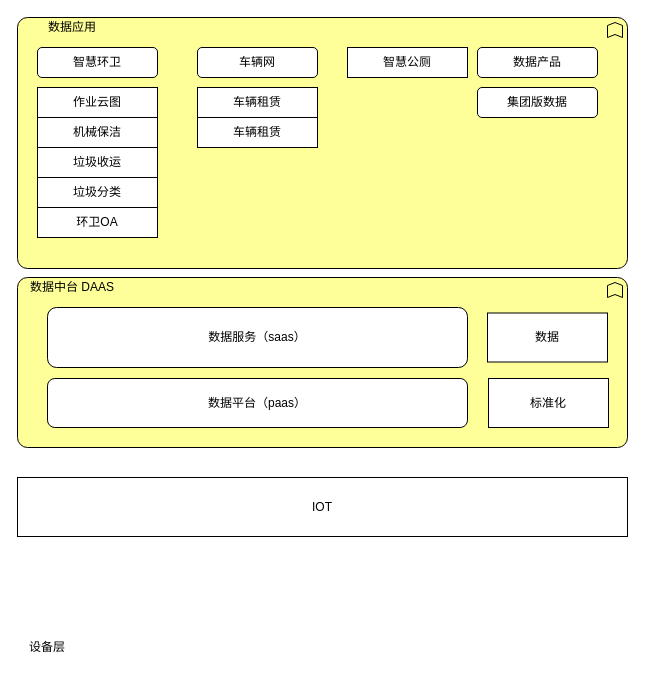
This is page "产品组件图" (2 of 3) of 太的平台组件图.drawio from enzhouguo/orange, a draw.io file, before an edit. Source tidied: cells renumbered, new cells numbered last; positions are measured from the earlier drawing's top-left corner, leaving out a move shared by most shapes. Both pictures are drawn from the tidied source at 100%, with x=0, y=0 at pixel (17, 17).
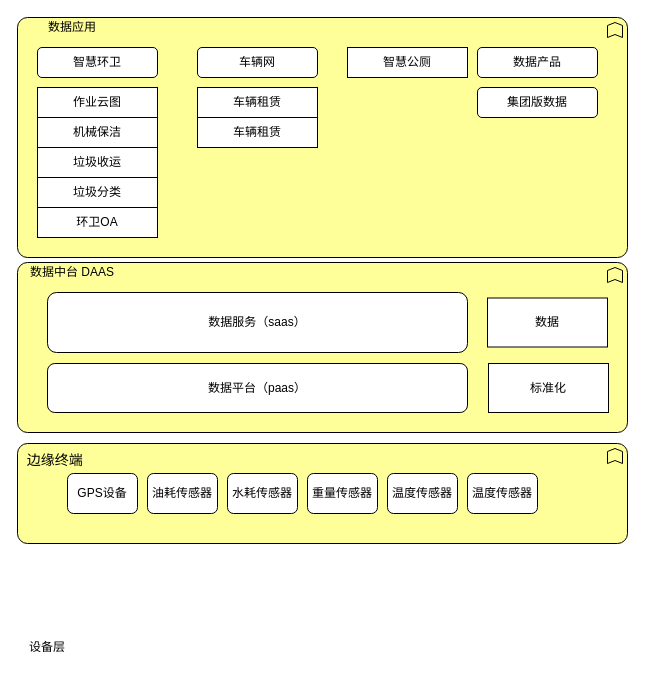
After the change.

What changed in the source:
```diff
@@
     <mxCell id="3" style="html=1;whiteSpace=wrap;fillColor=#ffff99;shape=mxgraph.archimate3.application;appType=func;archiType=rounded;fontSize=14;" parent="1" vertex="1">
-      <mxGeometry y="260" width="610" height="170" as="geometry" />
+      <mxGeometry y="245" width="610" height="170" as="geometry" />
     </mxCell>
     <mxCell id="4" style="html=1;whiteSpace=wrap;fillColor=#ffff99;shape=mxgraph.archimate3.application;appType=func;archiType=rounded;fontSize=14;" parent="1" vertex="1">
-      <mxGeometry width="610" height="251" as="geometry" />
+      <mxGeometry width="610" height="240" as="geometry" />
     </mxCell>
     <mxCell id="5" value="数据服务（saas）" style="rounded=1;whiteSpace=wrap;html=1;" parent="1" vertex="1">
-      <mxGeometry x="30" y="290" width="420" height="60" as="geometry" />
+      <mxGeometry x="30" y="275" width="420" height="60" as="geometry" />
     </mxCell>
     <mxCell id="6" value="数据平台（paas）" style="rounded=1;whiteSpace=wrap;html=1;" parent="1" vertex="1">
-      <mxGeometry x="30" y="361" width="420" height="49" as="geometry" />
+      <mxGeometry x="30" y="346" width="420" height="49" as="geometry" />
     </mxCell>
-    <mxCell id="7" value="IOT" style="rounded=0;whiteSpace=wrap;html=1;" parent="1" vertex="1">
-      <mxGeometry y="460" width="610" height="59" as="geometry" />
-    </mxCell>
     <mxCell id="8" value="数据中台 DAAS" style="text;html=1;strokeColor=none;fillColor=none;align=center;verticalAlign=middle;whiteSpace=wrap;rounded=0;" parent="1" vertex="1">
-      <mxGeometry x="10" y="260" width="90" height="20" as="geometry" />
+      <mxGeometry x="10" y="245" width="90" height="20" as="geometry" />
     </mxCell>
@@
     <mxCell id="22" value="数据" style="rounded=0;whiteSpace=wrap;html=1;" parent="1" vertex="1">
-      <mxGeometry x="470" y="295.5" width="120" height="49" as="geometry" />
+      <mxGeometry x="470" y="280.5" width="120" height="49" as="geometry" />
     </mxCell>
     <mxCell id="23" value="标准化" style="rounded=0;whiteSpace=wrap;html=1;" parent="1" vertex="1">
-      <mxGeometry x="471" y="361" width="120" height="49" as="geometry" />
+      <mxGeometry x="471" y="346" width="120" height="49" as="geometry" />
     </mxCell>
@@
+    <mxCell id="25" value="&amp;nbsp; 边缘终端&lt;br&gt;&lt;br&gt;&lt;br&gt;&lt;br&gt;&lt;br&gt;" style="html=1;whiteSpace=wrap;fillColor=#ffff99;shape=mxgraph.archimate3.application;appType=func;archiType=rounded;fontSize=14;align=left;" parent="1" vertex="1">
+      <mxGeometry y="426" width="610" height="100" as="geometry" />
+    </mxCell>
+    <mxCell id="26" value="GPS设备" style="rounded=1;whiteSpace=wrap;html=1;" parent="1" vertex="1">
+      <mxGeometry x="50" y="456" width="70" height="40" as="geometry" />
+    </mxCell>
+    <mxCell id="27" value="油耗传感器" style="rounded=1;whiteSpace=wrap;html=1;" parent="1" vertex="1">
+      <mxGeometry x="130" y="456" width="70" height="40" as="geometry" />
+    </mxCell>
+    <mxCell id="28" value="水耗传感器" style="rounded=1;whiteSpace=wrap;html=1;" parent="1" vertex="1">
+      <mxGeometry x="210" y="456" width="70" height="40" as="geometry" />
+    </mxCell>
+    <mxCell id="29" value="重量传感器" style="rounded=1;whiteSpace=wrap;html=1;" parent="1" vertex="1">
+      <mxGeometry x="290" y="456" width="70" height="40" as="geometry" />
+    </mxCell>
+    <mxCell id="30" value="温度传感器" style="rounded=1;whiteSpace=wrap;html=1;" parent="1" vertex="1">
+      <mxGeometry x="370" y="456" width="70" height="40" as="geometry" />
+    </mxCell>
+    <mxCell id="31" value="温度传感器" style="rounded=1;whiteSpace=wrap;html=1;" parent="1" vertex="1">
+      <mxGeometry x="450" y="456" width="70" height="40" as="geometry" />
+    </mxCell>
```
